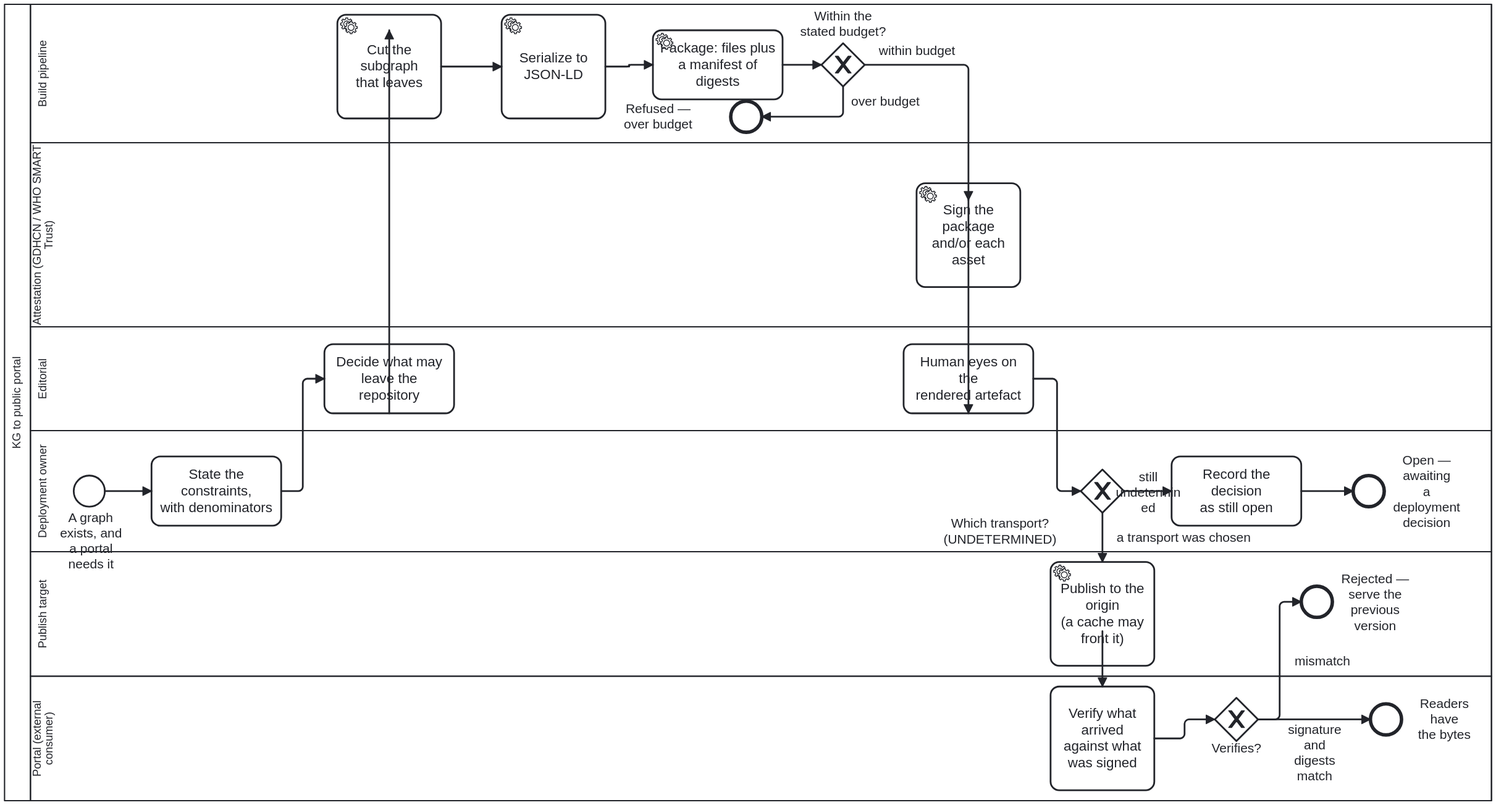
Above: docs/assets/img/workflows/kg-to-portal.svg in litlfred/cat-harness (BPMN), before the change. Its source is kept beside it as processes/kg/kg-to-portal.bpmn. Ids are renumbered.
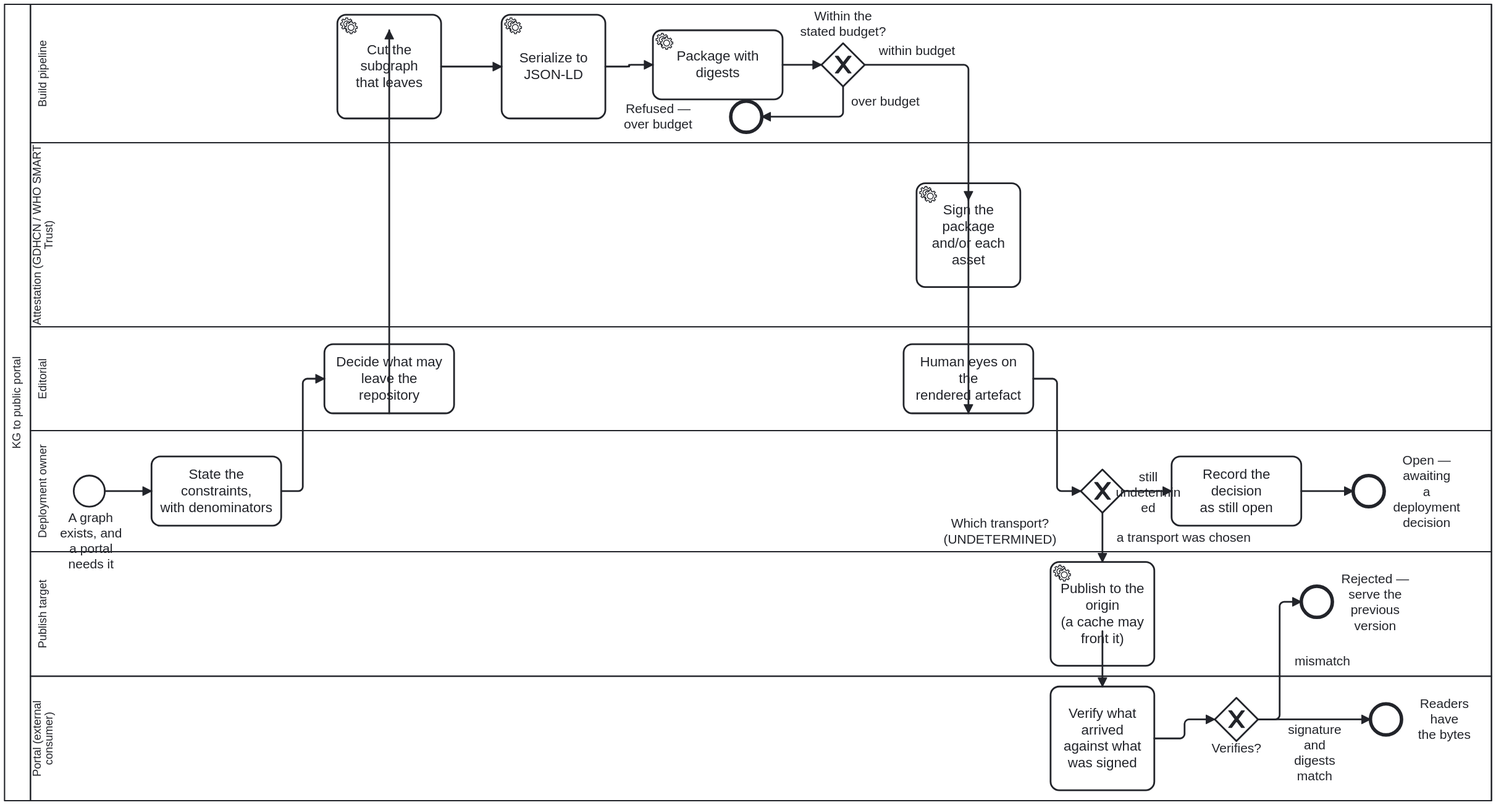
The same diagram one commit later.

Change to the diagram source:
```diff
@@ -137,7 +137,7 @@
       <bpmn:outgoing>F5</bpmn:outgoing>
     </bpmn:serviceTask>
 
-    <bpmn:serviceTask id="A_Package" name="Package: files plus&#10;a manifest of digests">
+    <bpmn:serviceTask id="A_Package" name="Package with digests">
       <bpmn:documentation>The serialization alone is not a package. A package is an addressable set — the JSON-LD, the assets it references, and a manifest naming every file with its digest and byte count. The manifest is what makes a REMOVED file detectable, which a per-file signature cannot do on its own.</bpmn:documentation>
       <bpmn:extensionElements><bootstrap.processes:skill ref="kg-to-portal"/></bpmn:extensionElements>
       <bpmn:incoming>F5</bpmn:incoming>
```
